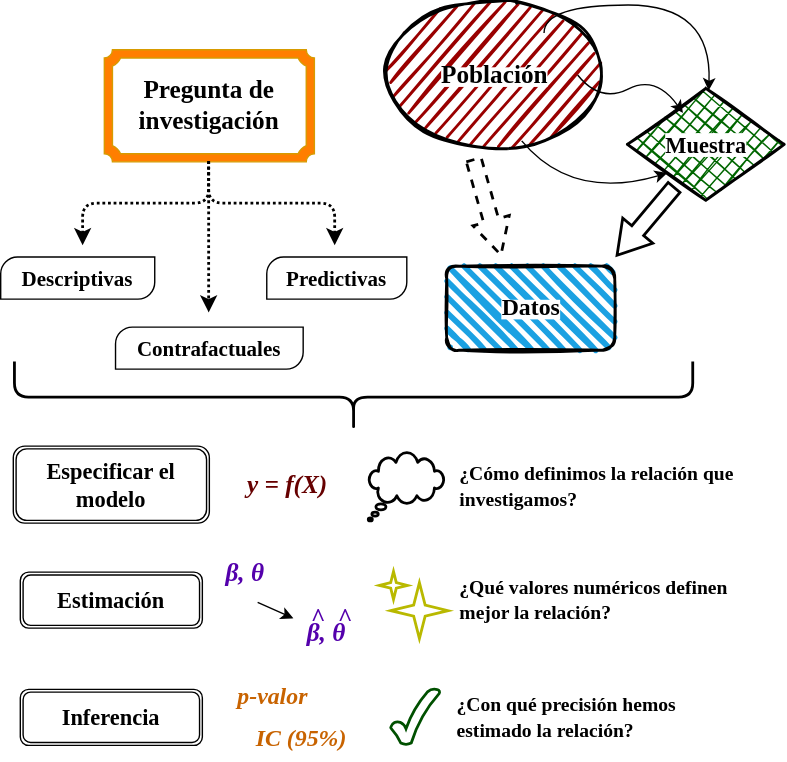
Before: figuras/diagrama-proceso-econometrico.svg, a diagram exported from draw.io (PauOrive/econometria_con_r). Source tidied: cells renumbered, new cells last; positions are measured from the earlier drawing's top-left corner, leaving out a move shared by most shapes.
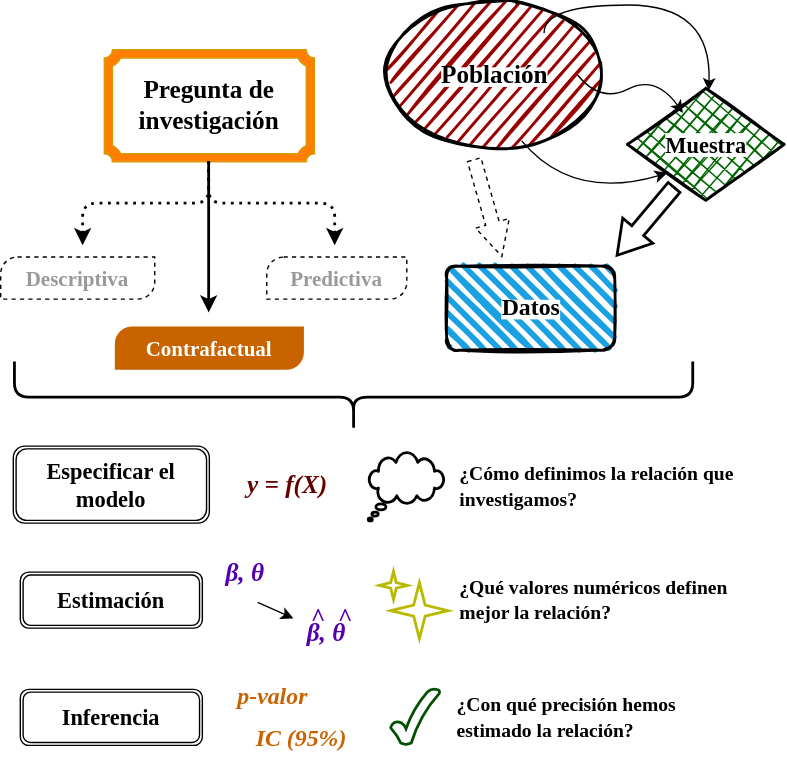
After the change.

Commit message:
actualizo diagramas resumen de econometría y data science

What changed in the source:
```diff
@@ -14,15 +14,15 @@
     <mxCell id="5" style="shape=curlyBracket;whiteSpace=wrap;html=1;rounded=1;labelPosition=left;verticalLabelPosition=middle;align=right;verticalAlign=middle;rotation=-90;strokeWidth=2;" parent="1" vertex="1">
       <mxGeometry x="227" y="40.3" width="51" height="484.4" as="geometry" />
     </mxCell>
-    <mxCell id="6" style="curved=1;endArrow=classic;html=1;rounded=0;fontSize=12;" parent="1" edge="1" target="3">
-      <mxGeometry relative="1" as="geometry">
-        <mxPoint x="388" y="22" as="sourcePoint" />
-        <Array as="points">
-          <mxPoint x="388" y="2" />
-          <mxPoint x="508" y="2" />
-        </Array>
-      </mxGeometry>
-    </mxCell>
+    <mxCell id="36" style="curved=1;endArrow=classic;html=1;rounded=0;fontSize=12;" parent="1" edge="1" target="3">
+      <mxGeometry relative="1" as="geometry">
+        <mxPoint x="388" y="22" as="sourcePoint" />
+        <Array as="points">
+          <mxPoint x="388" y="2" />
+          <mxPoint x="508" y="2" />
+        </Array>
+      </mxGeometry>
+    </mxCell>
     <mxCell id="7" style="curved=1;endArrow=classic;html=1;rounded=0;fontSize=12;entryX=0;entryY=1;entryDx=0;entryDy=0;exitX=0.627;exitY=0.948;exitDx=0;exitDy=0;exitPerimeter=0;" parent="1" edge="1" source="2" target="3">
       <mxGeometry relative="1" as="geometry">
         <Array as="points">
@@ -30,62 +30,62 @@
         </Array>
       </mxGeometry>
     </mxCell>
-    <mxCell id="8" style="curved=1;endArrow=classic;html=1;rounded=0;fontSize=12;entryX=0.35;entryY=0.214;entryDx=0;entryDy=0;entryPerimeter=0;" parent="1" edge="1" target="3">
-      <mxGeometry relative="1" as="geometry">
-        <mxPoint x="412" y="52" as="sourcePoint" />
-        <Array as="points">
-          <mxPoint x="428" y="72" />
-          <mxPoint x="468" y="52" />
-        </Array>
-      </mxGeometry>
-    </mxCell>
-    <mxCell id="9" style="shape=flexArrow;endArrow=classic;html=1;rounded=0;fontSize=14;fontStyle=1;labelBorderColor=none;strokeWidth=2;endWidth=15;endSize=6.99;" parent="1" edge="1">
-      <mxGeometry relative="1" as="geometry">
-        <mxPoint x="482" y="132" as="sourcePoint" />
-        <mxPoint x="440" y="182" as="targetPoint" />
-      </mxGeometry>
-    </mxCell>
-    <mxCell id="10" style="shape=flexArrow;endArrow=classic;html=1;rounded=0;fontSize=14;fontStyle=1;labelBorderColor=none;strokeWidth=2;endWidth=14;endSize=7.85;dashed=1;" parent="1" edge="1">
-      <mxGeometry relative="1" as="geometry">
-        <mxPoint x="338" y="112" as="sourcePoint" />
-        <mxPoint x="358" y="182" as="targetPoint" />
-      </mxGeometry>
-    </mxCell>
+    <mxCell id="37" style="curved=1;endArrow=classic;html=1;rounded=0;fontSize=12;entryX=0.35;entryY=0.214;entryDx=0;entryDy=0;entryPerimeter=0;" parent="1" edge="1" target="3">
+      <mxGeometry relative="1" as="geometry">
+        <mxPoint x="412" y="52" as="sourcePoint" />
+        <Array as="points">
+          <mxPoint x="428" y="72" />
+          <mxPoint x="468" y="52" />
+        </Array>
+      </mxGeometry>
+    </mxCell>
+    <mxCell id="38" style="shape=flexArrow;endArrow=classic;html=1;rounded=0;fontSize=14;fontStyle=1;labelBorderColor=none;strokeWidth=2;endWidth=15;endSize=6.99;" parent="1" edge="1">
+      <mxGeometry relative="1" as="geometry">
+        <mxPoint x="482" y="132" as="sourcePoint" />
+        <mxPoint x="440" y="182" as="targetPoint" />
+      </mxGeometry>
+    </mxCell>
+    <mxCell id="39" style="shape=flexArrow;endArrow=classic;html=1;rounded=0;fontSize=14;fontStyle=1;labelBorderColor=none;strokeWidth=1;endWidth=14;endSize=7.85;dashed=1;" parent="1" edge="1">
+      <mxGeometry relative="1" as="geometry">
+        <mxPoint x="338" y="112" as="sourcePoint" />
+        <mxPoint x="358" y="182" as="targetPoint" />
+      </mxGeometry>
+    </mxCell>
     <mxCell id="11" value="&lt;font style=&quot;font-size: 18px;&quot; face=&quot;Georgia&quot;&gt;&lt;b&gt;Pregunta de investigación&lt;/b&gt;&lt;/font&gt;" style="text;html=1;whiteSpace=wrap;strokeColor=none;fillColor=none;align=center;verticalAlign=middle;rounded=0;" parent="1" vertex="1">
       <mxGeometry x="84" y="59" width="130" height="30" as="geometry" />
     </mxCell>
     <mxCell id="12" style="verticalLabelPosition=bottom;verticalAlign=top;html=1;shape=mxgraph.basic.plaque_frame;dx=5.8;whiteSpace=wrap;fillColor=#FF7E00;strokeColor=#d79b00;" parent="1" vertex="1">
       <mxGeometry x="74" y="34" width="150" height="80" as="geometry" />
     </mxCell>
-    <mxCell id="13" style="edgeStyle=elbowEdgeStyle;elbow=vertical;html=1;rounded=1;curved=0;sourcePerimeterSpacing=0;targetPerimeterSpacing=0;startSize=6;endSize=6;strokeWidth=2;dashed=1;dashPattern=1 1;" parent="1" edge="1">
-      <mxGeometry relative="1" as="geometry">
-        <mxPoint x="149" y="114" as="sourcePoint" />
-        <mxPoint x="239" y="174" as="targetPoint" />
-      </mxGeometry>
-    </mxCell>
-    <mxCell id="14" style="edgeStyle=elbowEdgeStyle;elbow=vertical;html=1;rounded=1;curved=0;sourcePerimeterSpacing=0;targetPerimeterSpacing=0;startSize=6;endSize=6;strokeWidth=2;dashed=1;dashPattern=1 1;" parent="1" edge="1">
-      <mxGeometry relative="1" as="geometry">
-        <mxPoint x="149" y="114" as="sourcePoint" />
-        <mxPoint x="59" y="174" as="targetPoint" />
-      </mxGeometry>
-    </mxCell>
-    <mxCell id="15" style="edgeStyle=elbowEdgeStyle;elbow=vertical;html=1;rounded=1;curved=0;sourcePerimeterSpacing=0;targetPerimeterSpacing=0;startSize=6;endSize=6;exitX=0.5;exitY=1;exitDx=0;exitDy=0;exitPerimeter=0;strokeWidth=2;dashed=1;dashPattern=1 1;" parent="1" edge="1" source="12">
-      <mxGeometry relative="1" as="geometry">
-        <mxPoint x="149" y="222" as="targetPoint" />
-        <Array as="points">
-          <mxPoint x="148.7" y="139" />
-        </Array>
-      </mxGeometry>
-    </mxCell>
-    <mxCell id="16" value="&lt;font face=&quot;Georgia&quot; style=&quot;font-size: 15px;&quot;&gt;&lt;b&gt;Descriptivas&lt;/b&gt;&lt;/font&gt;" style="verticalLabelPosition=middle;verticalAlign=middle;html=1;shape=mxgraph.basic.diag_round_rect;dx=6;whiteSpace=wrap;fillColor=none;" parent="1" vertex="1">
-      <mxGeometry y="182" width="110" height="30" as="geometry" />
-    </mxCell>
-    <mxCell id="17" value="&lt;font face=&quot;Georgia&quot; style=&quot;font-size: 15px;&quot;&gt;&lt;b&gt;Contrafactuales&lt;/b&gt;&lt;/font&gt;" style="verticalLabelPosition=middle;verticalAlign=middle;html=1;shape=mxgraph.basic.diag_round_rect;dx=6;whiteSpace=wrap;fillColor=none;" parent="1" vertex="1">
-      <mxGeometry x="82" y="232" width="134" height="30" as="geometry" />
-    </mxCell>
-    <mxCell id="18" value="&lt;font face=&quot;Georgia&quot; style=&quot;font-size: 15px;&quot;&gt;&lt;b&gt;Predictivas&lt;/b&gt;&lt;/font&gt;" style="verticalLabelPosition=middle;verticalAlign=middle;html=1;shape=mxgraph.basic.diag_round_rect;dx=6;whiteSpace=wrap;fillColor=none;" parent="1" vertex="1">
-      <mxGeometry x="190" y="182" width="100" height="30" as="geometry" />
-    </mxCell>
+    <mxCell id="40" style="edgeStyle=elbowEdgeStyle;elbow=vertical;html=1;rounded=1;curved=0;sourcePerimeterSpacing=0;targetPerimeterSpacing=0;startSize=6;endSize=6;strokeWidth=2;dashed=1;dashPattern=1 2;" parent="1" edge="1">
+      <mxGeometry relative="1" as="geometry">
+        <mxPoint x="149" y="114" as="sourcePoint" />
+        <mxPoint x="239" y="174" as="targetPoint" />
+      </mxGeometry>
+    </mxCell>
+    <mxCell id="41" style="edgeStyle=elbowEdgeStyle;elbow=vertical;html=1;rounded=1;curved=0;sourcePerimeterSpacing=0;targetPerimeterSpacing=0;startSize=6;endSize=6;strokeWidth=2;dashed=1;dashPattern=1 2;" parent="1" edge="1">
+      <mxGeometry relative="1" as="geometry">
+        <mxPoint x="149" y="114" as="sourcePoint" />
+        <mxPoint x="59" y="174" as="targetPoint" />
+      </mxGeometry>
+    </mxCell>
+    <mxCell id="42" style="edgeStyle=elbowEdgeStyle;elbow=vertical;html=1;rounded=1;curved=0;sourcePerimeterSpacing=0;targetPerimeterSpacing=0;startSize=6;endSize=6;exitX=0.5;exitY=1;exitDx=0;exitDy=0;exitPerimeter=0;strokeWidth=2;" parent="1" edge="1" source="12">
+      <mxGeometry relative="1" as="geometry">
+        <mxPoint x="149" y="222" as="targetPoint" />
+        <Array as="points">
+          <mxPoint x="148.7" y="139" />
+        </Array>
+      </mxGeometry>
+    </mxCell>
+    <mxCell id="43" value="&lt;font face=&quot;Georgia&quot; style=&quot;font-size: 15px;&quot;&gt;&lt;b&gt;Descriptiva&lt;/b&gt;&lt;/font&gt;" style="verticalLabelPosition=middle;verticalAlign=middle;html=1;shape=mxgraph.basic.diag_round_rect;dx=6;whiteSpace=wrap;fillColor=none;dashed=1;fontColor=#999999;" parent="1" vertex="1">
+      <mxGeometry y="182" width="110" height="30" as="geometry" />
+    </mxCell>
+    <mxCell id="44" value="&lt;font face=&quot;Georgia&quot; style=&quot;font-size: 15px;&quot;&gt;&lt;b&gt;Contrafactual&lt;/b&gt;&lt;/font&gt;" style="verticalLabelPosition=middle;verticalAlign=middle;html=1;shape=mxgraph.basic.diag_round_rect;dx=6;whiteSpace=wrap;fillColor=#C86300;strokeColor=#C86300;fillStyle=solid;gradientColor=none;fontColor=#FFFFFF;" parent="1" vertex="1">
+      <mxGeometry x="82" y="232" width="134" height="30" as="geometry" />
+    </mxCell>
+    <mxCell id="45" value="&lt;font face=&quot;Georgia&quot; style=&quot;font-size: 15px;&quot;&gt;&lt;b&gt;Predictiva&lt;/b&gt;&lt;/font&gt;" style="verticalLabelPosition=middle;verticalAlign=middle;html=1;shape=mxgraph.basic.diag_round_rect;dx=6;whiteSpace=wrap;fillColor=none;fontColor=#999999;dashed=1;" parent="1" vertex="1">
+      <mxGeometry x="190" y="182" width="100" height="30" as="geometry" />
+    </mxCell>
     <mxCell id="19" value="&lt;span style=&quot;font-size: 16px;&quot;&gt;&lt;font face=&quot;Georgia&quot;&gt;&lt;b&gt;Especificar el modelo&lt;/b&gt;&lt;/font&gt;&lt;/span&gt;" style="shape=ext;double=1;rounded=1;whiteSpace=wrap;html=1;fillColor=none;" parent="1" vertex="1">
       <mxGeometry x="9" y="317" width="140" height="55" as="geometry" />
     </mxCell>
@@ -116,7 +116,7 @@
     <mxCell id="28" value="&lt;font face=&quot;Georgia&quot;&gt;&lt;span style=&quot;font-size: 16px;&quot;&gt;&lt;b&gt;Inferencia&lt;/b&gt;&lt;/span&gt;&lt;/font&gt;" style="shape=ext;double=1;rounded=1;whiteSpace=wrap;html=1;fillColor=none;" parent="1" vertex="1">
       <mxGeometry x="14" y="490.7" width="130" height="40" as="geometry" />
     </mxCell>
-    <mxCell id="29" value="&lt;font face=&quot;Georgia&quot; style=&quot;color: rgb(200, 99, 0); font-size: 17px;&quot;&gt;&lt;i style=&quot;&quot;&gt;&lt;b style=&quot;&quot;&gt;p-valor&lt;/b&gt;&lt;/i&gt;&lt;/font&gt;" style="text;html=1;whiteSpace=wrap;strokeColor=none;fillColor=none;align=center;verticalAlign=middle;rounded=0;" parent="1" vertex="1">
+    <mxCell id="29" value="&lt;font face=&quot;Georgia&quot; style=&quot;font-size: 17px; color: rgb(200, 99, 0);&quot;&gt;&lt;i style=&quot;&quot;&gt;&lt;b style=&quot;&quot;&gt;p-valor&lt;/b&gt;&lt;/i&gt;&lt;/font&gt;" style="text;html=1;whiteSpace=wrap;strokeColor=none;fillColor=none;align=center;verticalAlign=middle;rounded=0;" parent="1" vertex="1">
       <mxGeometry x="150" y="482" width="89" height="30" as="geometry" />
     </mxCell>
     <mxCell id="30" value="&lt;font color=&quot;#c86300&quot; face=&quot;Georgia&quot;&gt;&lt;span style=&quot;font-size: 17px;&quot;&gt;&lt;b&gt;&lt;i&gt;IC (95%)&lt;/i&gt;&lt;/b&gt;&lt;/span&gt;&lt;/font&gt;" style="text;html=1;whiteSpace=wrap;strokeColor=none;fillColor=none;align=center;verticalAlign=middle;rounded=0;" parent="1" vertex="1">
```
